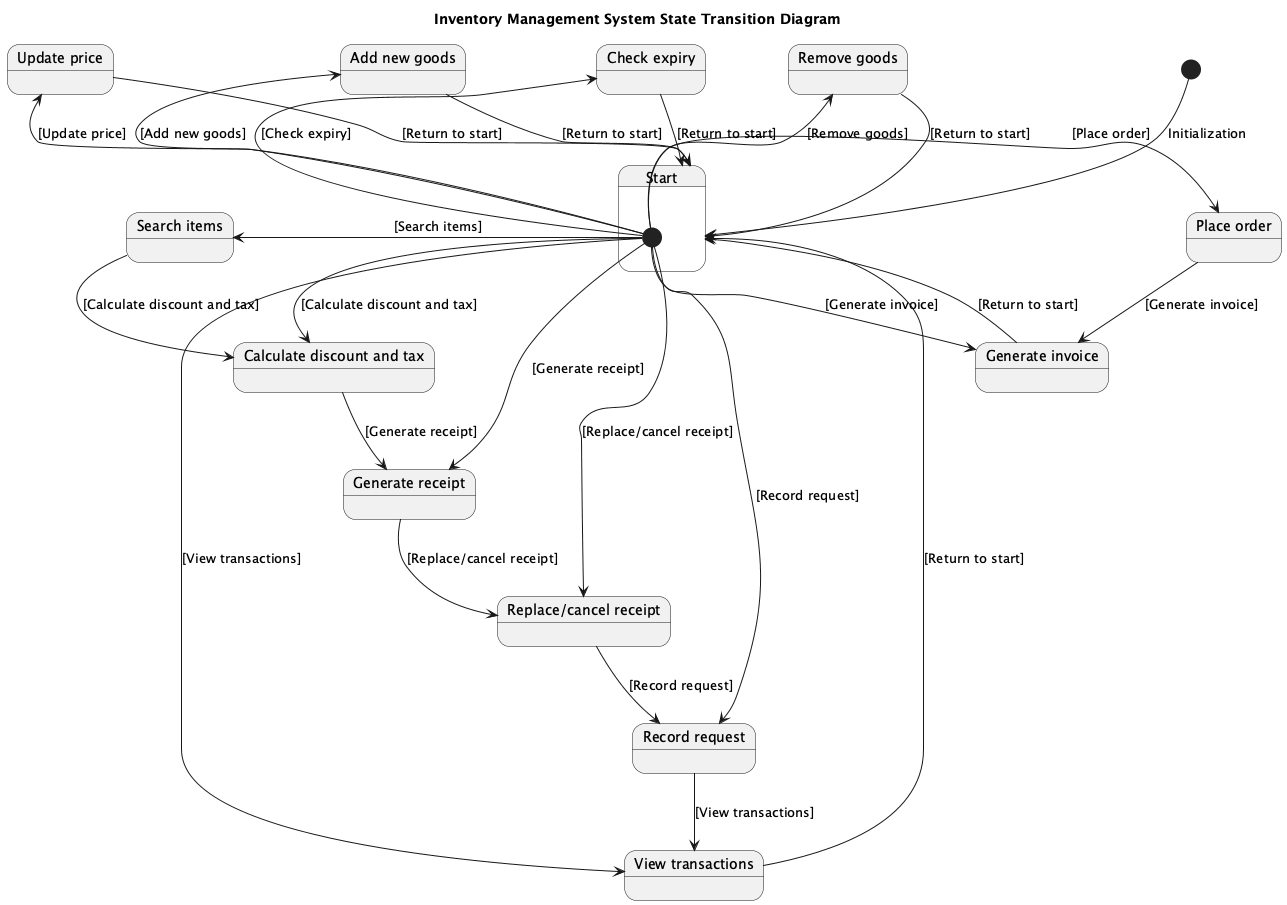
maimunafaria/State_transition_Diagram_generated_by_LLM keeps this PlantUML diagram as results/plantuml_pipeline/ensemble_stacked_llm/runs/ensemble__all_methods__candidate_pool__stacked_llm/case_02_inventory/ensemble.png. Above is the earlier version. The source it was exported from:
```plantuml
@startuml
title Inventory Management System State Transition Diagram

[*] --> Start : Initialization

state "Start" as Start {
    [*] --> AddNewGoods : [Add new goods]
    [*] --> UpdatePrice : [Update price]
    [*] --> RemoveGoods : [Remove goods]
    [*] --> CheckExpiry : [Check expiry]
    [*] --> PlaceOrder : [Place order]
    [*] --> GenerateInvoice : [Generate invoice]
    [*] --> SearchItems : [Search items]
    [*] --> CalculateDiscountTax : [Calculate discount and tax]
    [*] --> GenerateReceipt : [Generate receipt]
    [*] --> ReplaceCancelReceipt : [Replace/cancel receipt]
    [*] --> RecordRequest : [Record request]
    [*] --> ViewTransactions : [View transactions]
}

state "Add new goods" as AddNewGoods
state "Update price" as UpdatePrice
state "Remove goods" as RemoveGoods
state "Check expiry" as CheckExpiry
state "Place order" as PlaceOrder
state "Generate invoice" as GenerateInvoice
state "Search items" as SearchItems
state "Calculate discount and tax" as CalculateDiscountTax
state "Generate receipt" as GenerateReceipt
state "Replace/cancel receipt" as ReplaceCancelReceipt
state "Record request" as RecordRequest
state "View transactions" as ViewTransactions

AddNewGoods --> Start : [Return to start]
UpdatePrice --> Start : [Return to start]
RemoveGoods --> Start : [Return to start]
CheckExpiry --> Start : [Return to start]
PlaceOrder --> GenerateInvoice : [Generate invoice]
GenerateInvoice --> Start : [Return to start]
SearchItems --> CalculateDiscountTax : [Calculate discount and tax]
CalculateDiscountTax --> GenerateReceipt : [Generate receipt]
GenerateReceipt --> ReplaceCancelReceipt : [Replace/cancel receipt]
ReplaceCancelReceipt --> RecordRequest : [Record request]
RecordRequest --> ViewTransactions : [View transactions]
ViewTransactions --> Start : [Return to start]

@enduml
```
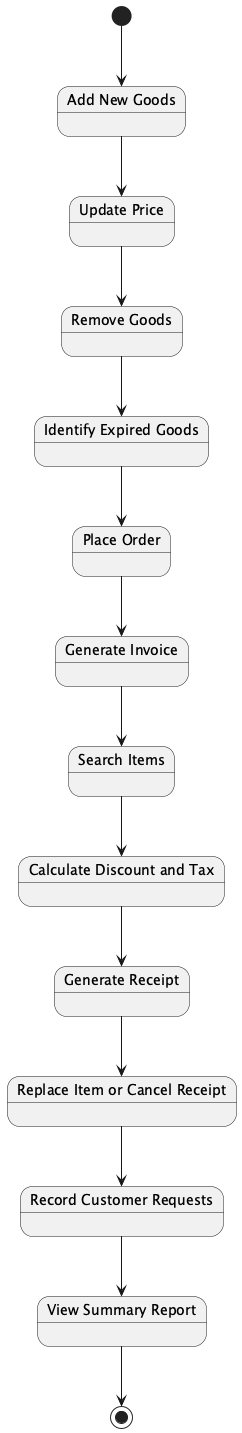
The same diagram one commit later.

Diff of the diagram source:
```diff
@@ -1,47 +1,32 @@
 @startuml
-title Inventory Management System State Transition Diagram
 
-[*] --> Start : Initialization
+[*] --> AddNewGoods
 
-state "Start" as Start {
-    [*] --> AddNewGoods : [Add new goods]
-    [*] --> UpdatePrice : [Update price]
-    [*] --> RemoveGoods : [Remove goods]
-    [*] --> CheckExpiry : [Check expiry]
-    [*] --> PlaceOrder : [Place order]
-    [*] --> GenerateInvoice : [Generate invoice]
-    [*] --> SearchItems : [Search items]
-    [*] --> CalculateDiscountTax : [Calculate discount and tax]
-    [*] --> GenerateReceipt : [Generate receipt]
-    [*] --> ReplaceCancelReceipt : [Replace/cancel receipt]
-    [*] --> RecordRequest : [Record request]
-    [*] --> ViewTransactions : [View transactions]
-}
+state "Add New Goods" as AddNewGoods
+state "Update Price" as UpdatePrice
+state "Remove Goods" as RemoveGoods
+state "Identify Expired Goods" as IdentifyExpiredGoods
+state "Place Order" as PlaceOrder
+state "Generate Invoice" as GenerateInvoice
+state "Search Items" as SearchItems
+state "Calculate Discount and Tax" as CalculateDiscountTax
+state "Generate Receipt" as GenerateReceipt
+state "Replace Item or Cancel Receipt" as ReplaceItemCancelReceipt
+state "Record Customer Requests" as RecordCustomerRequests
+state "View Summary Report" as ViewSummaryReport
 
-state "Add new goods" as AddNewGoods
-state "Update price" as UpdatePrice
-state "Remove goods" as RemoveGoods
-state "Check expiry" as CheckExpiry
-state "Place order" as PlaceOrder
-state "Generate invoice" as GenerateInvoice
-state "Search items" as SearchItems
-state "Calculate discount and tax" as CalculateDiscountTax
-state "Generate receipt" as GenerateReceipt
-state "Replace/cancel receipt" as ReplaceCancelReceipt
-state "Record request" as RecordRequest
-state "View transactions" as ViewTransactions
+AddNewGoods --> UpdatePrice
+UpdatePrice --> RemoveGoods
+RemoveGoods --> IdentifyExpiredGoods
+IdentifyExpiredGoods --> PlaceOrder
+PlaceOrder --> GenerateInvoice
+GenerateInvoice --> SearchItems
+SearchItems --> CalculateDiscountTax
+CalculateDiscountTax --> GenerateReceipt
+GenerateReceipt --> ReplaceItemCancelReceipt
+ReplaceItemCancelReceipt --> RecordCustomerRequests
+RecordCustomerRequests --> ViewSummaryReport
 
-AddNewGoods --> Start : [Return to start]
-UpdatePrice --> Start : [Return to start]
-RemoveGoods --> Start : [Return to start]
-CheckExpiry --> Start : [Return to start]
-PlaceOrder --> GenerateInvoice : [Generate invoice]
-GenerateInvoice --> Start : [Return to start]
-SearchItems --> CalculateDiscountTax : [Calculate discount and tax]
-CalculateDiscountTax --> GenerateReceipt : [Generate receipt]
-GenerateReceipt --> ReplaceCancelReceipt : [Replace/cancel receipt]
-ReplaceCancelReceipt --> RecordRequest : [Record request]
-RecordRequest --> ViewTransactions : [View transactions]
-ViewTransactions --> Start : [Return to start]
+ViewSummaryReport --> [*]
 
 @enduml
```
